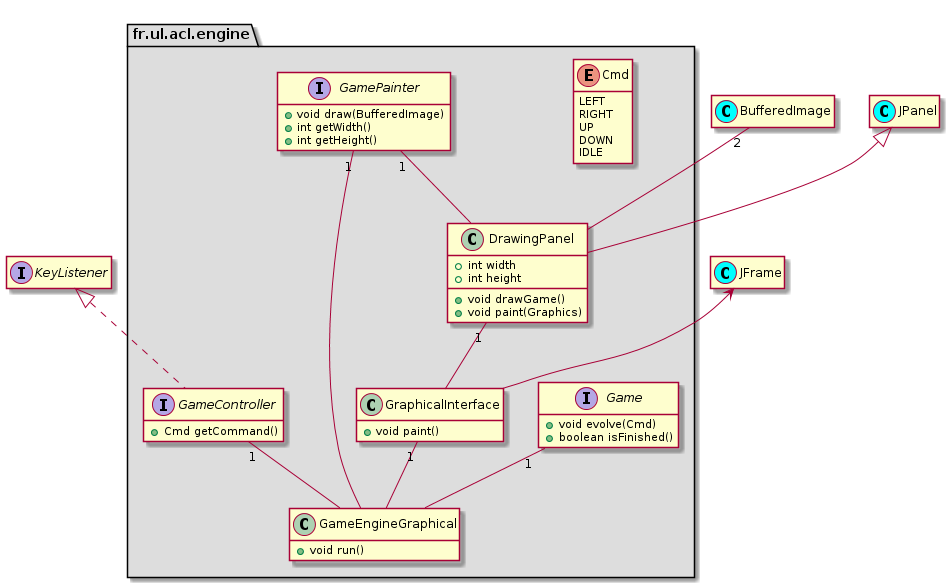
Earlier version of the PlantUML export design/conception_2.0/engine.png (genard1u/ACL2018-Groupe5). Its diagram source:
```plantuml
@startuml

interface KeyListener

class BufferedImage << (C, cyan) >>
class JFrame << (C, cyan) >>
class JPanel << (C, cyan) >>

hide empty members

package fr.ul.acl.engine #DDDDDD {

  enum Cmd {
    LEFT
    RIGHT
    UP
    DOWN
    IDLE
  }

  interface Game {
    +void evolve(Cmd)
    +boolean isFinished()
  }

  interface GameController {
    +Cmd getCommand()
  }

  interface GamePainter {
    +void draw(BufferedImage)
    +int getWidth()
    +int getHeight()
  }

  class DrawingPanel {
    +int width
    +int height
    +void drawGame()
    +void paint(Graphics)
  }

  class GraphicalInterface {
    + void paint()
  }

  class GameEngineGraphical {
    +void run()
  }

  GamePainter "1" -- DrawingPanel
  BufferedImage "2" -- DrawingPanel

  DrawingPanel "1" -- GraphicalInterface

  Game "1" -- GameEngineGraphical
  GamePainter "1" -- GameEngineGraphical
  GameController "1" -- GameEngineGraphical
  GraphicalInterface "1" -- GameEngineGraphical

  hide empty members

}

KeyListener <|.. GameController
JPanel <|-- DrawingPanel
JFrame <-- GraphicalInterface

@enduml
```
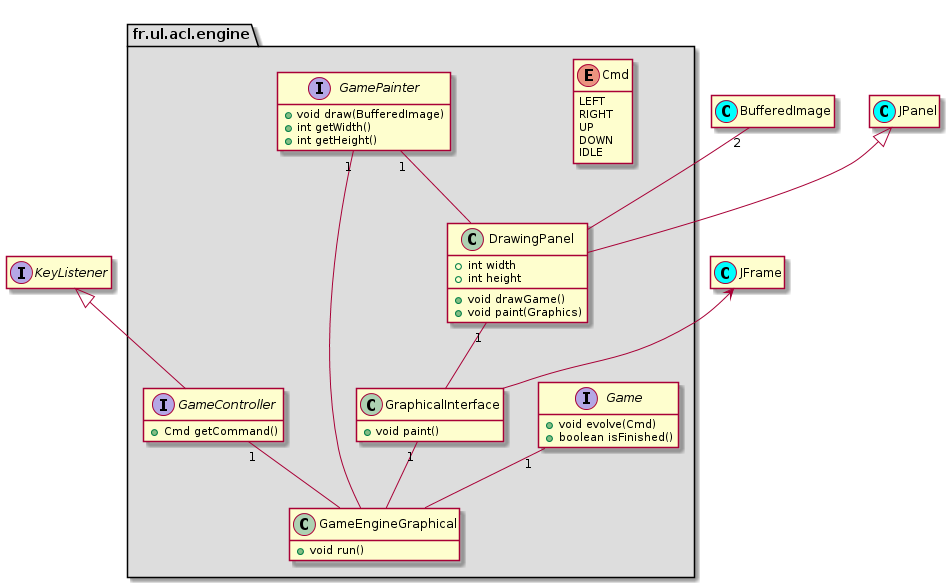
The same diagram one commit later.

Commit message:
Diagramme de classes du point d'entrée du jeu

What changed in the source:
```diff
@@ -62,7 +62,7 @@
 
 }
 
-KeyListener <|.. GameController
+KeyListener <|-- GameController
 JPanel <|-- DrawingPanel
 JFrame <-- GraphicalInterface
 
```
